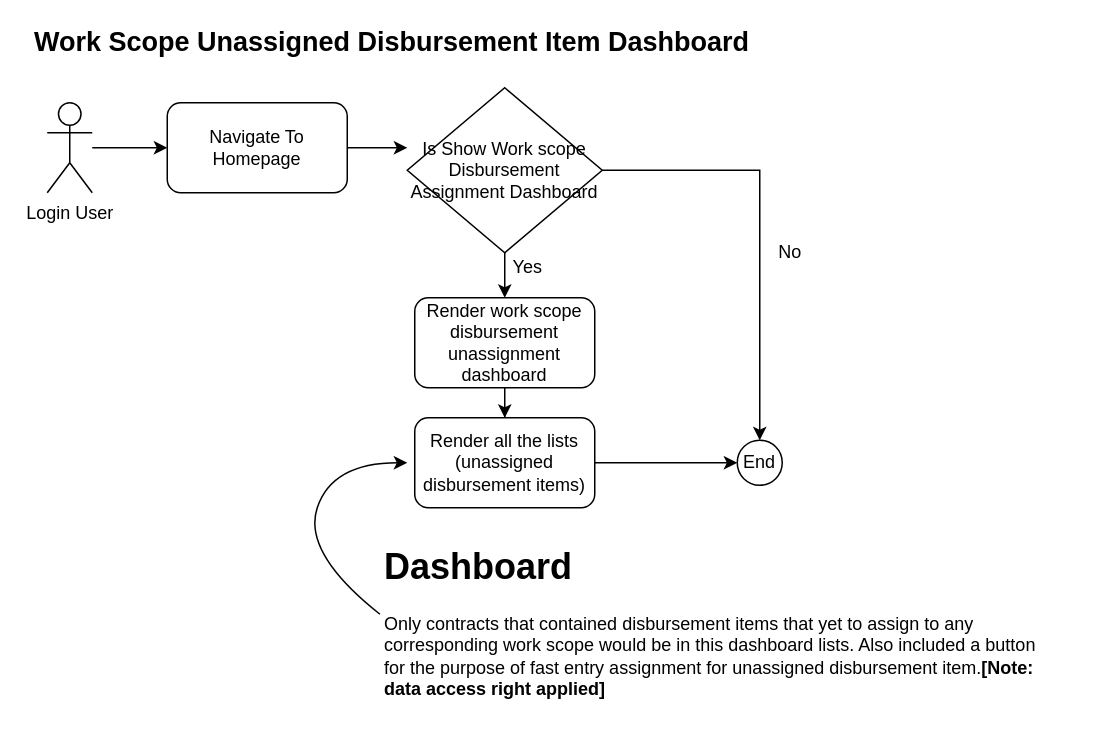
The draw.io diagram page "WS DB Dashboard" (8 of 10) of Untitled Diagram.drawio in Harbringer666/Harbringer, before the edit. Source tidied: cells renumbered, new cells numbered last; positions are measured from the earlier drawing's top-left corner, leaving out a move shared by most shapes. Both pictures are drawn from the tidied source at 150%, with x=0, y=0 at pixel (32, 27).
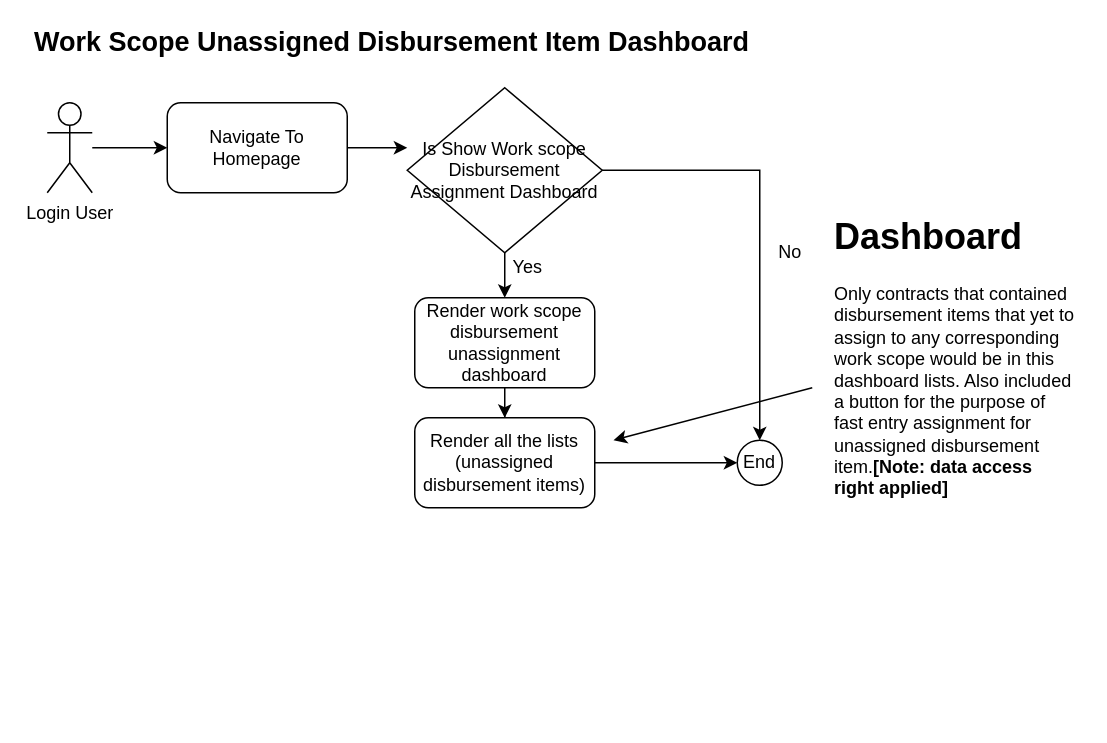
After the change.

The edit, as a diff of the source:
```diff
@@
     <mxCell id="16" value="&lt;h1&gt;Dashboard&lt;/h1&gt;&lt;p&gt;Only contracts that contained disbursement items that yet to assign to any corresponding work scope would be in this dashboard lists. Also included a button for the purpose of fast entry assignment for unassigned disbursement item.&lt;b&gt;[Note: data access right applied]&lt;/b&gt;&lt;/p&gt;&lt;p&gt;&lt;br&gt;&lt;/p&gt;" style="text;html=1;strokeColor=none;fillColor=none;spacing=5;spacingTop=-20;whiteSpace=wrap;overflow=hidden;rounded=0;" parent="1" vertex="1">
-      <mxGeometry x="230" y="340" width="450" height="120" as="geometry" />
+      <mxGeometry x="530" y="120" width="170" height="230" as="geometry" />
     </mxCell>
-    <mxCell id="17" style="curved=1;endArrow=classic;html=1;exitX=0.004;exitY=0.425;exitDx=0;exitDy=0;exitPerimeter=0;" parent="1" edge="1" source="16">
-      <mxGeometry relative="1" as="geometry">
-        <mxPoint x="250" y="290" as="targetPoint" />
-        <Array as="points">
-          <mxPoint x="180" y="350" />
-          <mxPoint x="200" y="290" />
-        </Array>
-      </mxGeometry>
-    </mxCell>
@@
+    <mxCell id="19" style="endArrow=classic;html=1;" parent="1" edge="1">
+      <mxGeometry relative="1" as="geometry">
+        <mxPoint x="520" y="240" as="sourcePoint" />
+        <mxPoint x="387.5" y="275" as="targetPoint" />
+      </mxGeometry>
+    </mxCell>
```
